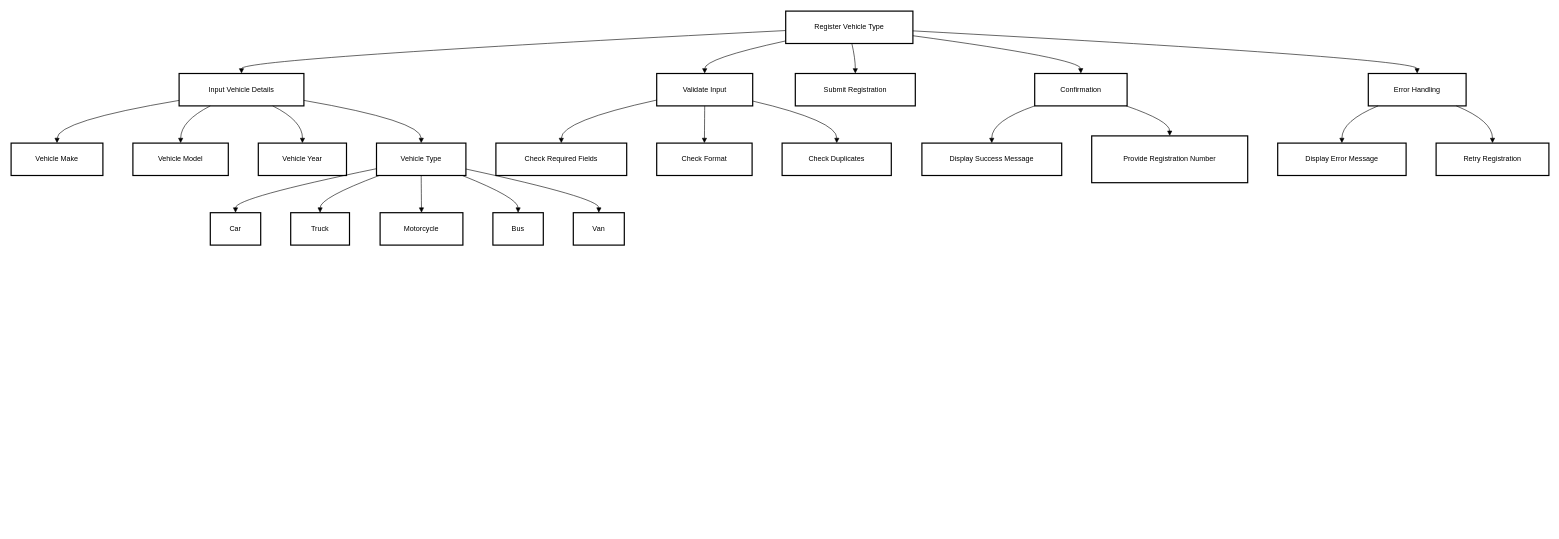
Above: Diagrams/Requirement/regvehicletype_req.drawio in luislamy/msp (draw.io), before the change. Source tidied: cells renumbered, new cells numbered last; positions are measured from the earlier drawing's top-left corner, leaving out a move shared by most shapes. Both pictures are drawn from the tidied source at 60%, with x=0, y=0 at pixel (11, 11).
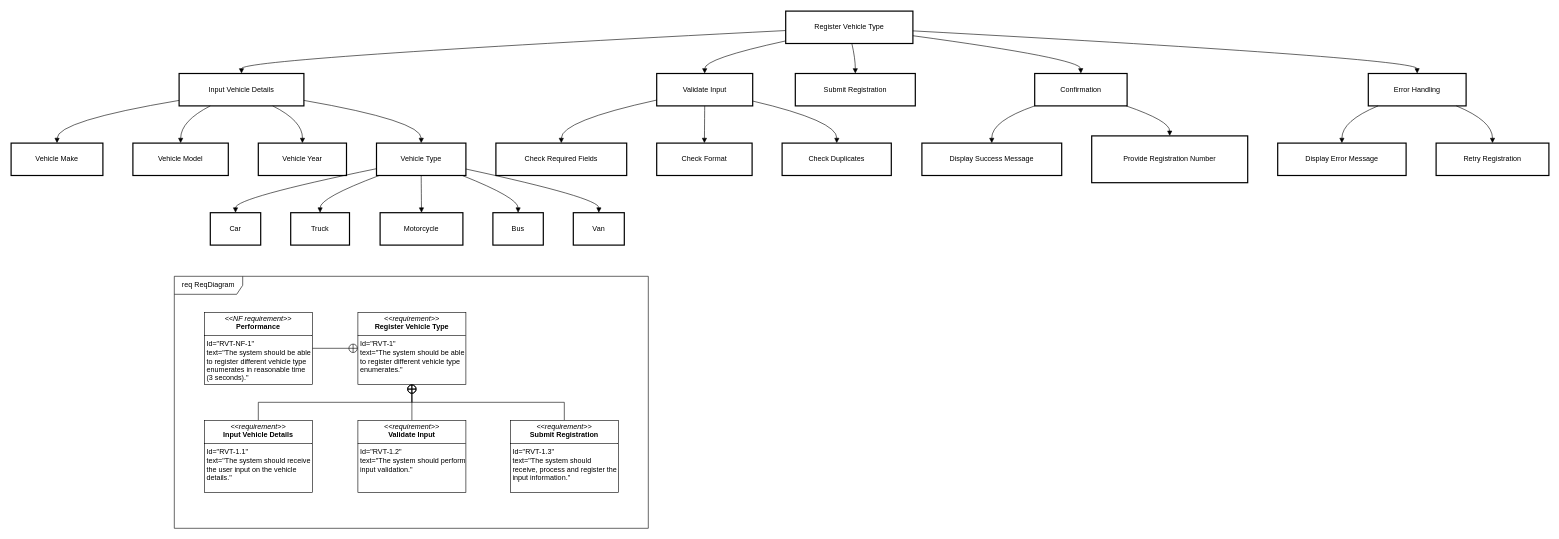
The same page after the edit.

The edit, as a diff of the source:
```diff
@@
+    <mxCell id="45" value="req ReqDiagram" style="shape=umlFrame;whiteSpace=wrap;html=1;width=114;height=30;" parent="1" vertex="1">
+      <mxGeometry x="272" y="442" width="790" height="420" as="geometry" />
+    </mxCell>
+    <mxCell id="46" value="&lt;p style=&quot;margin:0px;margin-top:4px;text-align:center;&quot;&gt;&lt;i&gt;&amp;lt;&amp;lt;requirement&amp;gt;&amp;gt;&lt;/i&gt;&lt;br&gt;&lt;b&gt;Register Vehicle Type&lt;/b&gt;&lt;/p&gt;&lt;hr size=&quot;1&quot; style=&quot;border-style:solid;&quot;&gt;&lt;p style=&quot;margin:0px;margin-left:4px;&quot;&gt;Id=&quot;RVT-1&quot;&lt;/p&gt;&lt;p style=&quot;margin:0px;margin-left:4px;&quot;&gt;text=&quot;The system should be able to register different vehicle type enumerates.&quot;&lt;/p&gt;" style="verticalAlign=top;align=left;overflow=fill;html=1;whiteSpace=wrap;" parent="1" vertex="1">
+      <mxGeometry x="578" y="502" width="180" height="120" as="geometry" />
+    </mxCell>
+    <mxCell id="47" style="edgeStyle=orthogonalEdgeStyle;rounded=0;jettySize=auto;html=1;exitX=1;exitY=0.5;exitDx=0;exitDy=0;entryX=0;entryY=0.5;entryDx=0;entryDy=0;endArrow=circlePlus;endFill=0;" parent="1" edge="1" source="48" target="46">
+      <mxGeometry relative="1" as="geometry" />
+    </mxCell>
+    <mxCell id="48" value="&lt;p style=&quot;margin:0px;margin-top:4px;text-align:center;&quot;&gt;&lt;i&gt;&amp;lt;&amp;lt;NF requirement&amp;gt;&amp;gt;&lt;/i&gt;&lt;br&gt;&lt;b&gt;Performance&lt;/b&gt;&lt;/p&gt;&lt;hr size=&quot;1&quot; style=&quot;border-style:solid;&quot;&gt;&lt;p style=&quot;margin:0px;margin-left:4px;&quot;&gt;Id=&quot;RVT-NF-1&quot;&lt;/p&gt;&lt;p style=&quot;margin:0px;margin-left:4px;&quot;&gt;text=&quot;The system should be able to register different vehicle type enumerates in reasonable time (3 seconds).&quot;&lt;/p&gt;" style="verticalAlign=top;align=left;overflow=fill;html=1;whiteSpace=wrap;" parent="1" vertex="1">
+      <mxGeometry x="322" y="502" width="180" height="120" as="geometry" />
+    </mxCell>
+    <mxCell id="49" style="edgeStyle=orthogonalEdgeStyle;rounded=0;jettySize=auto;html=1;exitX=0.5;exitY=0;exitDx=0;exitDy=0;entryX=0.5;entryY=1;entryDx=0;entryDy=0;endArrow=circlePlus;endFill=0;" parent="1" edge="1" source="50" target="46">
+      <mxGeometry relative="1" as="geometry" />
+    </mxCell>
+    <mxCell id="50" value="&lt;p style=&quot;margin:0px;margin-top:4px;text-align:center;&quot;&gt;&lt;i&gt;&amp;lt;&amp;lt;requirement&amp;gt;&amp;gt;&lt;/i&gt;&lt;br&gt;&lt;b&gt;Input Vehicle Details&lt;/b&gt;&lt;/p&gt;&lt;hr size=&quot;1&quot; style=&quot;border-style:solid;&quot;&gt;&lt;p style=&quot;margin:0px;margin-left:4px;&quot;&gt;Id=&quot;RVT-1.1&quot;&lt;/p&gt;&lt;p style=&quot;margin:0px;margin-left:4px;&quot;&gt;text=&quot;The system should receive the user input on the vehicle details.&quot;&lt;/p&gt;" style="verticalAlign=top;align=left;overflow=fill;html=1;whiteSpace=wrap;" parent="1" vertex="1">
+      <mxGeometry x="322" y="682" width="180" height="120" as="geometry" />
+    </mxCell>
+    <mxCell id="51" style="edgeStyle=orthogonalEdgeStyle;rounded=0;jettySize=auto;html=1;exitX=0.5;exitY=0;exitDx=0;exitDy=0;endArrow=circlePlus;endFill=0;" parent="1" edge="1" source="52">
+      <mxGeometry relative="1" as="geometry">
+        <mxPoint x="667.7" y="622" as="targetPoint" />
+      </mxGeometry>
+    </mxCell>
+    <mxCell id="52" value="&lt;p style=&quot;margin:0px;margin-top:4px;text-align:center;&quot;&gt;&lt;i&gt;&amp;lt;&amp;lt;requirement&amp;gt;&amp;gt;&lt;/i&gt;&lt;br&gt;&lt;b&gt;Validate Input&lt;/b&gt;&lt;/p&gt;&lt;hr size=&quot;1&quot; style=&quot;border-style:solid;&quot;&gt;&lt;p style=&quot;margin:0px;margin-left:4px;&quot;&gt;Id=&quot;RVT-1.2&quot;&lt;/p&gt;&lt;p style=&quot;margin:0px;margin-left:4px;&quot;&gt;text=&quot;The system should perform input validation.&quot;&lt;/p&gt;" style="verticalAlign=top;align=left;overflow=fill;html=1;whiteSpace=wrap;" parent="1" vertex="1">
+      <mxGeometry x="578" y="682" width="180" height="120" as="geometry" />
+    </mxCell>
+    <mxCell id="53" style="edgeStyle=orthogonalEdgeStyle;rounded=0;jettySize=auto;html=1;exitX=0.5;exitY=0;exitDx=0;exitDy=0;endArrow=circlePlus;endFill=0;" parent="1" edge="1" source="54" target="46">
+      <mxGeometry relative="1" as="geometry" />
+    </mxCell>
+    <mxCell id="54" value="&lt;p style=&quot;margin:0px;margin-top:4px;text-align:center;&quot;&gt;&lt;i&gt;&amp;lt;&amp;lt;requirement&amp;gt;&amp;gt;&lt;/i&gt;&lt;br&gt;&lt;b&gt;Submit Registration&lt;/b&gt;&lt;/p&gt;&lt;hr size=&quot;1&quot; style=&quot;border-style:solid;&quot;&gt;&lt;p style=&quot;margin:0px;margin-left:4px;&quot;&gt;Id=&quot;RVT-1.3&quot;&lt;/p&gt;&lt;p style=&quot;margin:0px;margin-left:4px;&quot;&gt;text=&quot;The system should receive, process and register the input information.&quot;&lt;/p&gt;" style="verticalAlign=top;align=left;overflow=fill;html=1;whiteSpace=wrap;" parent="1" vertex="1">
+      <mxGeometry x="832" y="682" width="180" height="120" as="geometry" />
+    </mxCell>
```
